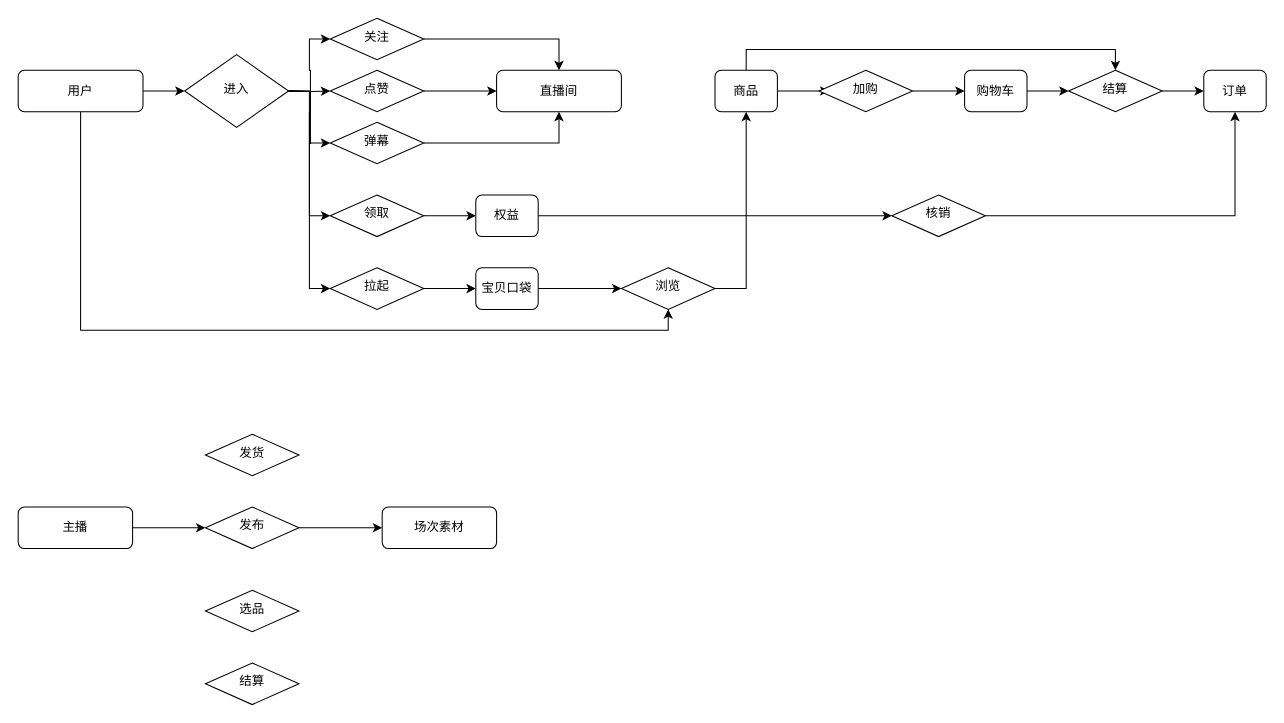
Above: page "重要业务流程梳理-草稿" (3 of 3) of Untitled Diagram.drawio in BreakawayChu/breakawaychu.github.com (draw.io), before the change. Source tidied: cells renumbered, new cells numbered last; positions are measured from the earlier drawing's top-left corner, leaving out a move shared by most shapes. Both pictures are drawn from the tidied source at 104%, with x=0, y=0 at pixel (18, 18).
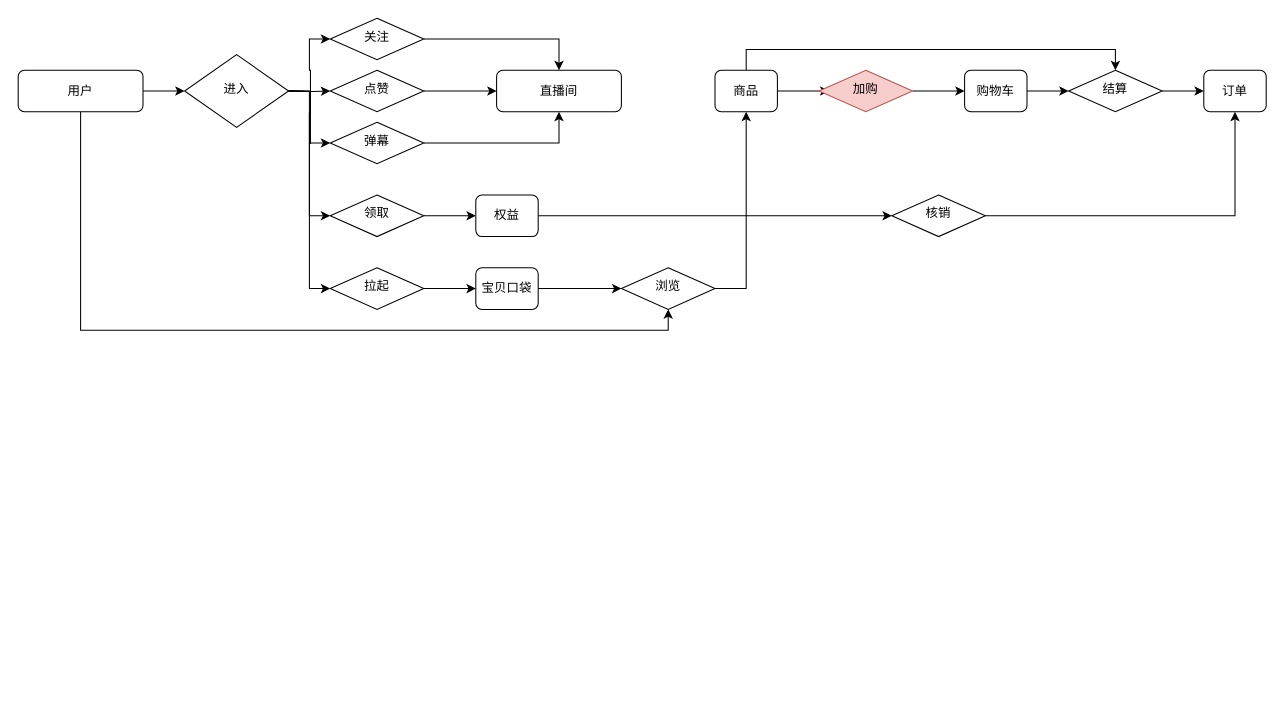
The same page after the edit.

The edit, as a diff of the source:
```diff
@@
-    <mxCell id="13" style="edgeStyle=orthogonalEdgeStyle;rounded=0;jettySize=auto;html=1;exitX=1;exitY=0.5;exitDx=0;exitDy=0;entryX=0;entryY=0.5;entryDx=0;entryDy=0;" parent="1" edge="1" source="14" target="44">
-      <mxGeometry relative="1" as="geometry" />
-    </mxCell>
-    <mxCell id="14" value="主播" style="rounded=1;whiteSpace=wrap;html=1;fontSize=12;glass=0;strokeWidth=1;shadow=0;" parent="1" vertex="1">
-      <mxGeometry y="470" width="110" height="40" as="geometry" />
-    </mxCell>
@@
-    <mxCell id="36" value="场次素材" style="rounded=1;whiteSpace=wrap;html=1;fontSize=12;glass=0;strokeWidth=1;shadow=0;" parent="1" vertex="1">
-      <mxGeometry x="350" y="470" width="110" height="40" as="geometry" />
-    </mxCell>
@@
-    <mxCell id="40" value="加购" style="rhombus;whiteSpace=wrap;html=1;shadow=0;fontFamily=Helvetica;fontSize=12;align=center;strokeWidth=1;spacing=6;spacingTop=-4;" parent="1" vertex="1">
+    <mxCell id="40" value="加购" style="rhombus;whiteSpace=wrap;html=1;shadow=0;fontFamily=Helvetica;fontSize=12;align=center;strokeWidth=1;spacing=6;spacingTop=-4;fillColor=#f8cecc;strokeColor=#b85450;" parent="1" vertex="1">
       <mxGeometry x="770" y="50" width="90" height="40" as="geometry" />
     </mxCell>
@@
-    <mxCell id="43" style="edgeStyle=orthogonalEdgeStyle;rounded=0;jettySize=auto;html=1;exitX=1;exitY=0.5;exitDx=0;exitDy=0;entryX=0;entryY=0.5;entryDx=0;entryDy=0;" parent="1" edge="1" source="44" target="36">
-      <mxGeometry relative="1" as="geometry" />
-    </mxCell>
-    <mxCell id="44" value="发布" style="rhombus;whiteSpace=wrap;html=1;shadow=0;fontFamily=Helvetica;fontSize=12;align=center;strokeWidth=1;spacing=6;spacingTop=-4;" parent="1" vertex="1">
-      <mxGeometry x="180" y="470" width="90" height="40" as="geometry" />
-    </mxCell>
-    <mxCell id="45" value="选品" style="rhombus;whiteSpace=wrap;html=1;shadow=0;fontFamily=Helvetica;fontSize=12;align=center;strokeWidth=1;spacing=6;spacingTop=-4;" parent="1" vertex="1">
-      <mxGeometry x="180" y="550" width="90" height="40" as="geometry" />
-    </mxCell>
-    <mxCell id="46" value="发货" style="rhombus;whiteSpace=wrap;html=1;shadow=0;fontFamily=Helvetica;fontSize=12;align=center;strokeWidth=1;spacing=6;spacingTop=-4;" parent="1" vertex="1">
-      <mxGeometry x="180" y="400" width="90" height="40" as="geometry" />
-    </mxCell>
-    <mxCell id="47" value="结算" style="rhombus;whiteSpace=wrap;html=1;shadow=0;fontFamily=Helvetica;fontSize=12;align=center;strokeWidth=1;spacing=6;spacingTop=-4;" parent="1" vertex="1">
-      <mxGeometry x="180" y="620" width="90" height="40" as="geometry" />
-    </mxCell>
```
